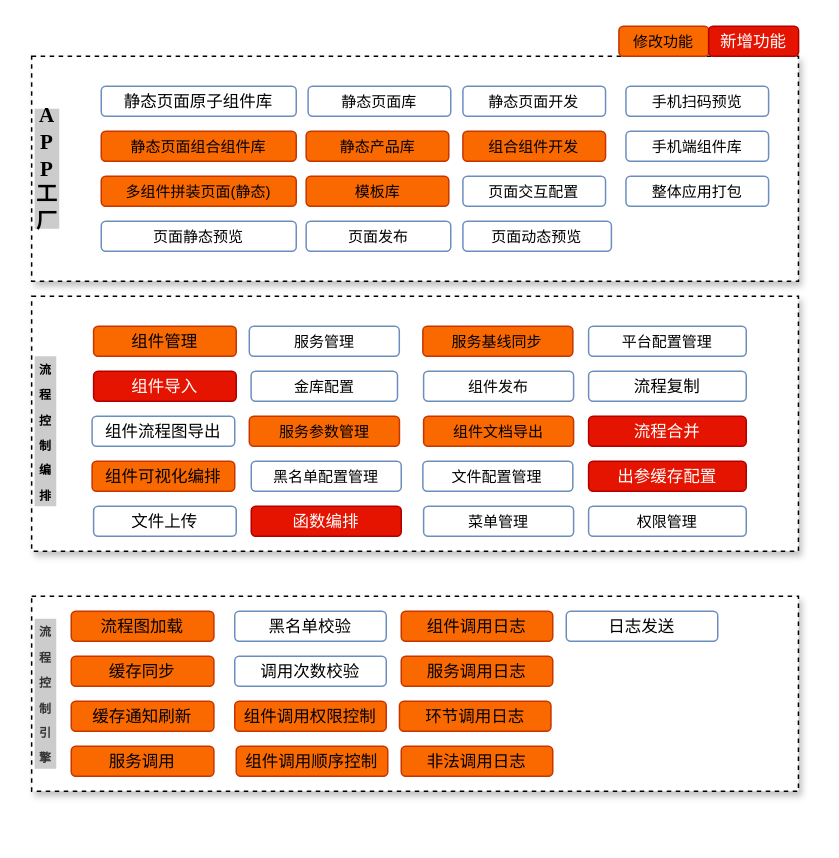
Before: page "功能架构" (10 of 12) of 流控.drawio in qymmdj/draw-io, a draw.io diagram. Source tidied: cells renumbered, new cells numbered last; positions are measured from the earlier drawing's top-left corner, leaving out a move shared by most shapes. Both pictures are drawn from the tidied source at 150%, with x=0, y=0 at pixel (32, 26).
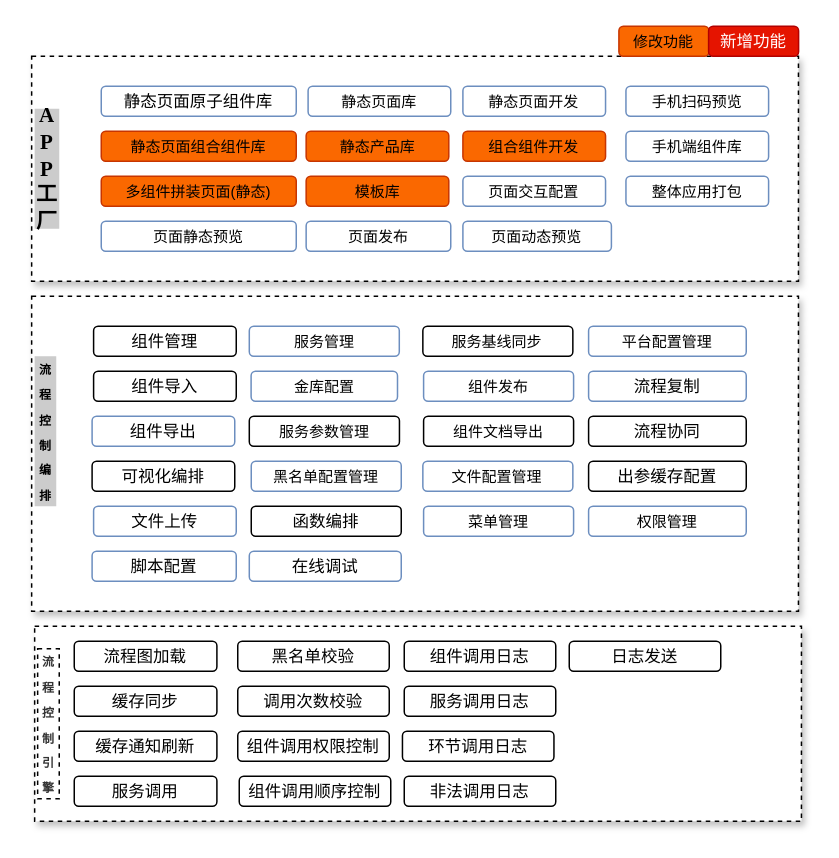
The same diagram, later.

The edit, as a diff of the source:
```diff
@@
     <mxCell id="2" style="rounded=0;whiteSpace=wrap;html=1;fontSize=10;align=left;horizontal=1;verticalAlign=middle;shadow=1;dashed=1;" parent="1" vertex="1">
-      <mxGeometry x="-0.4" y="180" width="511.2" height="170" as="geometry" />
+      <mxGeometry x="-0.4" y="180" width="511.2" height="210" as="geometry" />
     </mxCell>
-    <mxCell id="3" value="&lt;font style=&quot;font-size: 11px&quot;&gt;组件管理&lt;/font&gt;" style="rounded=1;whiteSpace=wrap;html=1;fontSize=10;shadow=0;fillColor=#fa6800;strokeColor=#C73500;fontColor=#000000;" parent="1" vertex="1">
+    <mxCell id="3" value="&lt;font style=&quot;font-size: 11px&quot;&gt;组件管理&lt;/font&gt;" style="rounded=1;whiteSpace=wrap;html=1;fontSize=10;shadow=0;" parent="1" vertex="1">
       <mxGeometry x="40.9" y="200" width="95.1" height="20" as="geometry" />
     </mxCell>
@@
     <mxCell id="6" style="rounded=0;whiteSpace=wrap;html=1;fontSize=10;align=left;horizontal=1;verticalAlign=middle;shadow=1;dashed=1;" parent="1" vertex="1">
-      <mxGeometry x="-0.4" y="380" width="511.2" height="130" as="geometry" />
+      <mxGeometry x="1.6" y="400" width="511.2" height="130" as="geometry" />
     </mxCell>
@@
-    <mxCell id="27" value="服务参数管理" style="rounded=1;whiteSpace=wrap;html=1;fontSize=10;shadow=0;fillColor=#fa6800;strokeColor=#C73500;fontColor=#000000;" parent="1" vertex="1">
+    <mxCell id="27" value="服务参数管理" style="rounded=1;whiteSpace=wrap;html=1;fontSize=10;shadow=0;" parent="1" vertex="1">
       <mxGeometry x="144.7" y="260" width="100.1" height="20" as="geometry" />
     </mxCell>
-    <mxCell id="28" value="&lt;font style=&quot;font-size: 11px&quot;&gt;组件导入&lt;/font&gt;" style="rounded=1;whiteSpace=wrap;html=1;fontSize=10;shadow=0;fillColor=#e51400;strokeColor=#B20000;fontColor=#ffffff;" parent="1" vertex="1">
+    <mxCell id="28" value="&lt;font style=&quot;font-size: 11px&quot;&gt;组件导入&lt;/font&gt;" style="rounded=1;whiteSpace=wrap;html=1;fontSize=10;shadow=0;" parent="1" vertex="1">
       <mxGeometry x="40.9" y="230" width="95.1" height="20" as="geometry" />
     </mxCell>
-    <mxCell id="29" value="&lt;font style=&quot;font-size: 11px&quot;&gt;组件流程图导出&lt;/font&gt;" style="rounded=1;whiteSpace=wrap;html=1;fontSize=10;shadow=0;fillColor=none;strokeColor=#6c8ebf;" parent="1" vertex="1">
+    <mxCell id="29" value="&lt;font style=&quot;font-size: 11px&quot;&gt;组件导出&lt;/font&gt;" style="rounded=1;whiteSpace=wrap;html=1;fontSize=10;shadow=0;fillColor=none;strokeColor=#6c8ebf;" parent="1" vertex="1">
       <mxGeometry x="39.9" y="260" width="95.1" height="20" as="geometry" />
     </mxCell>
-    <mxCell id="30" value="&lt;font style=&quot;font-size: 11px&quot;&gt;组件可视化编排&lt;/font&gt;" style="rounded=1;whiteSpace=wrap;html=1;fontSize=10;shadow=0;fillColor=#fa6800;strokeColor=#C73500;fontColor=#000000;" parent="1" vertex="1">
+    <mxCell id="30" value="&lt;font style=&quot;font-size: 11px&quot;&gt;可视化编排&lt;/font&gt;" style="rounded=1;whiteSpace=wrap;html=1;fontSize=10;shadow=0;" parent="1" vertex="1">
       <mxGeometry x="39.9" y="290" width="95.1" height="20" as="geometry" />
     </mxCell>
@@
-    <mxCell id="32" value="&lt;font style=&quot;font-size: 11px&quot;&gt;流程合并&lt;/font&gt;" style="rounded=1;whiteSpace=wrap;html=1;fontSize=10;shadow=0;fillColor=#e51400;strokeColor=#B20000;fontColor=#ffffff;" parent="1" vertex="1">
+    <mxCell id="32" value="&lt;font style=&quot;font-size: 11px&quot;&gt;流程协同&lt;/font&gt;" style="rounded=1;whiteSpace=wrap;html=1;fontSize=10;shadow=0;" parent="1" vertex="1">
       <mxGeometry x="370.9" y="260" width="105.1" height="20" as="geometry" />
     </mxCell>
@@
-    <mxCell id="34" value="服务基线同步" style="rounded=1;whiteSpace=wrap;html=1;fontSize=10;shadow=0;fillColor=#fa6800;strokeColor=#C73500;fontColor=#000000;" parent="1" vertex="1">
+    <mxCell id="34" value="服务基线同步" style="rounded=1;whiteSpace=wrap;html=1;fontSize=10;shadow=0;" parent="1" vertex="1">
       <mxGeometry x="260.4" y="200" width="100" height="20" as="geometry" />
     </mxCell>
@@
-    <mxCell id="36" value="组件文档导出" style="rounded=1;whiteSpace=wrap;html=1;fontSize=10;shadow=0;fillColor=#fa6800;strokeColor=#C73500;fontColor=#000000;" parent="1" vertex="1">
+    <mxCell id="36" value="组件文档导出" style="rounded=1;whiteSpace=wrap;html=1;fontSize=10;shadow=0;" parent="1" vertex="1">
       <mxGeometry x="260.9" y="260" width="100" height="20" as="geometry" />
     </mxCell>
-    <mxCell id="37" value="&lt;font style=&quot;font-size: 11px&quot;&gt;出参缓存配置&lt;/font&gt;" style="rounded=1;whiteSpace=wrap;html=1;fontSize=10;shadow=0;fillColor=#e51400;strokeColor=#B20000;fontColor=#ffffff;" parent="1" vertex="1">
+    <mxCell id="37" value="&lt;font style=&quot;font-size: 11px&quot;&gt;出参缓存配置&lt;/font&gt;" style="rounded=1;whiteSpace=wrap;html=1;fontSize=10;shadow=0;" parent="1" vertex="1">
       <mxGeometry x="370.9" y="290" width="105.1" height="20" as="geometry" />
     </mxCell>
@@
-    <mxCell id="39" value="&lt;font style=&quot;font-size: 11px&quot;&gt;函数编排&lt;/font&gt;" style="rounded=1;whiteSpace=wrap;html=1;fontSize=10;shadow=0;fillColor=#e51400;strokeColor=#B20000;fontColor=#ffffff;" parent="1" vertex="1">
+    <mxCell id="39" value="&lt;font style=&quot;font-size: 11px&quot;&gt;函数编排&lt;/font&gt;" style="rounded=1;whiteSpace=wrap;html=1;fontSize=10;shadow=0;" parent="1" vertex="1">
       <mxGeometry x="146" y="320" width="100" height="20" as="geometry" />
     </mxCell>
@@
-    <mxCell id="42" value="&lt;span style=&quot;text-align: left ; color: rgb(51 , 51 , 51) ; font-family: &amp;quot;times new roman&amp;quot; ; font-size: 8px&quot;&gt;流&lt;/span&gt;&lt;br style=&quot;text-align: left ; color: rgb(51 , 51 , 51) ; font-family: &amp;quot;times new roman&amp;quot; ; font-size: 8px&quot;&gt;&lt;span style=&quot;text-align: left ; color: rgb(51 , 51 , 51) ; font-family: &amp;quot;times new roman&amp;quot; ; font-size: 8px&quot;&gt;程&lt;/span&gt;&lt;br style=&quot;text-align: left ; color: rgb(51 , 51 , 51) ; font-family: &amp;quot;times new roman&amp;quot; ; font-size: 8px&quot;&gt;&lt;span style=&quot;text-align: left ; color: rgb(51 , 51 , 51) ; font-family: &amp;quot;times new roman&amp;quot; ; font-size: 8px&quot;&gt;控&lt;/span&gt;&lt;br style=&quot;text-align: left ; color: rgb(51 , 51 , 51) ; font-family: &amp;quot;times new roman&amp;quot; ; font-size: 8px&quot;&gt;&lt;span style=&quot;text-align: left ; color: rgb(51 , 51 , 51) ; font-family: &amp;quot;times new roman&amp;quot; ; font-size: 8px&quot;&gt;制&lt;/span&gt;&lt;br style=&quot;text-align: left ; color: rgb(51 , 51 , 51) ; font-family: &amp;quot;times new roman&amp;quot; ; font-size: 8px&quot;&gt;&lt;span style=&quot;text-align: left ; color: rgb(51 , 51 , 51) ; font-family: &amp;quot;times new roman&amp;quot; ; font-size: 8px&quot;&gt;引&lt;/span&gt;&lt;br style=&quot;text-align: left ; color: rgb(51 , 51 , 51) ; font-family: &amp;quot;times new roman&amp;quot; ; font-size: 8px&quot;&gt;&lt;span style=&quot;text-align: left ; color: rgb(51 , 51 , 51) ; font-family: &amp;quot;times new roman&amp;quot; ; font-size: 8px&quot;&gt;擎&lt;/span&gt;" style="rounded=0;whiteSpace=wrap;html=1;shadow=0;glass=0;dashed=1;sketch=0;fontFamily=Times New Roman;fontSize=14;strokeColor=none;fillColor=#CCCCCC;gradientColor=none;fontStyle=1;" parent="1" vertex="1">
-      <mxGeometry x="1.6" y="395" width="14.4" height="100" as="geometry" />
+    <mxCell id="42" value="&lt;span style=&quot;text-align: left ; color: rgb(51 , 51 , 51) ; font-family: &amp;quot;times new roman&amp;quot; ; font-size: 8px&quot;&gt;流&lt;/span&gt;&lt;br style=&quot;text-align: left ; color: rgb(51 , 51 , 51) ; font-family: &amp;quot;times new roman&amp;quot; ; font-size: 8px&quot;&gt;&lt;span style=&quot;text-align: left ; color: rgb(51 , 51 , 51) ; font-family: &amp;quot;times new roman&amp;quot; ; font-size: 8px&quot;&gt;程&lt;/span&gt;&lt;br style=&quot;text-align: left ; color: rgb(51 , 51 , 51) ; font-family: &amp;quot;times new roman&amp;quot; ; font-size: 8px&quot;&gt;&lt;span style=&quot;text-align: left ; color: rgb(51 , 51 , 51) ; font-family: &amp;quot;times new roman&amp;quot; ; font-size: 8px&quot;&gt;控&lt;/span&gt;&lt;br style=&quot;text-align: left ; color: rgb(51 , 51 , 51) ; font-family: &amp;quot;times new roman&amp;quot; ; font-size: 8px&quot;&gt;&lt;span style=&quot;text-align: left ; color: rgb(51 , 51 , 51) ; font-family: &amp;quot;times new roman&amp;quot; ; font-size: 8px&quot;&gt;制&lt;/span&gt;&lt;br style=&quot;text-align: left ; color: rgb(51 , 51 , 51) ; font-family: &amp;quot;times new roman&amp;quot; ; font-size: 8px&quot;&gt;&lt;span style=&quot;text-align: left ; color: rgb(51 , 51 , 51) ; font-family: &amp;quot;times new roman&amp;quot; ; font-size: 8px&quot;&gt;引&lt;/span&gt;&lt;br style=&quot;text-align: left ; color: rgb(51 , 51 , 51) ; font-family: &amp;quot;times new roman&amp;quot; ; font-size: 8px&quot;&gt;&lt;span style=&quot;text-align: left ; color: rgb(51 , 51 , 51) ; font-family: &amp;quot;times new roman&amp;quot; ; font-size: 8px&quot;&gt;擎&lt;/span&gt;" style="rounded=0;whiteSpace=wrap;html=1;shadow=0;glass=0;dashed=1;sketch=0;fontFamily=Times New Roman;fontSize=14;fontStyle=1;" parent="1" vertex="1">
+      <mxGeometry x="3.6" y="415" width="14.4" height="100" as="geometry" />
     </mxCell>
-    <mxCell id="43" value="&lt;font style=&quot;font-size: 11px&quot;&gt;流程图加载&lt;/font&gt;" style="rounded=1;whiteSpace=wrap;html=1;fontSize=10;shadow=0;fillColor=#fa6800;strokeColor=#C73500;fontColor=#000000;" parent="1" vertex="1">
-      <mxGeometry x="26" y="390" width="95.1" height="20" as="geometry" />
+    <mxCell id="43" value="&lt;font style=&quot;font-size: 11px&quot;&gt;流程图加载&lt;/font&gt;" style="rounded=1;whiteSpace=wrap;html=1;fontSize=10;shadow=0;" parent="1" vertex="1">
+      <mxGeometry x="28" y="410" width="95.1" height="20" as="geometry" />
     </mxCell>
-    <mxCell id="44" value="&lt;span style=&quot;font-size: 11px&quot;&gt;缓存同步&lt;/span&gt;" style="rounded=1;whiteSpace=wrap;html=1;fontSize=10;shadow=0;fillColor=#fa6800;strokeColor=#C73500;fontColor=#000000;" parent="1" vertex="1">
-      <mxGeometry x="26" y="420" width="95.1" height="20" as="geometry" />
+    <mxCell id="44" value="&lt;span style=&quot;font-size: 11px&quot;&gt;缓存同步&lt;/span&gt;" style="rounded=1;whiteSpace=wrap;html=1;fontSize=10;shadow=0;" parent="1" vertex="1">
+      <mxGeometry x="28" y="440" width="95.1" height="20" as="geometry" />
     </mxCell>
-    <mxCell id="45" value="&lt;span style=&quot;font-size: 11px&quot;&gt;缓存通知刷新&lt;/span&gt;" style="rounded=1;whiteSpace=wrap;html=1;fontSize=10;shadow=0;fillColor=#fa6800;strokeColor=#C73500;fontColor=#000000;" parent="1" vertex="1">
-      <mxGeometry x="26" y="450" width="95.1" height="20" as="geometry" />
+    <mxCell id="45" value="&lt;span style=&quot;font-size: 11px&quot;&gt;缓存通知刷新&lt;/span&gt;" style="rounded=1;whiteSpace=wrap;html=1;fontSize=10;shadow=0;" parent="1" vertex="1">
+      <mxGeometry x="28" y="470" width="95.1" height="20" as="geometry" />
     </mxCell>
-    <mxCell id="46" value="&lt;span style=&quot;font-size: 11px&quot;&gt;服务调用&lt;/span&gt;" style="rounded=1;whiteSpace=wrap;html=1;fontSize=10;shadow=0;fillColor=#fa6800;strokeColor=#C73500;fontColor=#000000;" parent="1" vertex="1">
-      <mxGeometry x="26" y="480" width="95.1" height="20" as="geometry" />
+    <mxCell id="46" value="&lt;span style=&quot;font-size: 11px&quot;&gt;服务调用&lt;/span&gt;" style="rounded=1;whiteSpace=wrap;html=1;fontSize=10;shadow=0;" parent="1" vertex="1">
+      <mxGeometry x="28" y="500" width="95.1" height="20" as="geometry" />
     </mxCell>
-    <mxCell id="47" value="&lt;span style=&quot;font-size: 11px&quot;&gt;黑名单校验&lt;/span&gt;" style="rounded=1;whiteSpace=wrap;html=1;fontSize=10;shadow=0;fillColor=none;strokeColor=#6c8ebf;" parent="1" vertex="1">
-      <mxGeometry x="135" y="390" width="101" height="20" as="geometry" />
+    <mxCell id="47" value="&lt;span style=&quot;font-size: 11px&quot;&gt;黑名单校验&lt;/span&gt;" style="rounded=1;whiteSpace=wrap;html=1;fontSize=10;shadow=0;" parent="1" vertex="1">
+      <mxGeometry x="137" y="410" width="101" height="20" as="geometry" />
     </mxCell>
-    <mxCell id="48" value="&lt;span style=&quot;font-size: 11px&quot;&gt;组件调用权限控制&lt;/span&gt;" style="rounded=1;whiteSpace=wrap;html=1;fontSize=10;shadow=0;fillColor=#fa6800;strokeColor=#C73500;fontColor=#000000;" parent="1" vertex="1">
-      <mxGeometry x="135" y="450" width="101" height="20" as="geometry" />
+    <mxCell id="48" value="&lt;span style=&quot;font-size: 11px&quot;&gt;组件调用权限控制&lt;/span&gt;" style="rounded=1;whiteSpace=wrap;html=1;fontSize=10;shadow=0;" parent="1" vertex="1">
+      <mxGeometry x="137" y="470" width="101" height="20" as="geometry" />
     </mxCell>
-    <mxCell id="49" value="&lt;span style=&quot;font-size: 11px&quot;&gt;调用次数校验&lt;/span&gt;" style="rounded=1;whiteSpace=wrap;html=1;fontSize=10;shadow=0;fillColor=none;strokeColor=#6c8ebf;" parent="1" vertex="1">
-      <mxGeometry x="135" y="420" width="101" height="20" as="geometry" />
+    <mxCell id="49" value="&lt;span style=&quot;font-size: 11px&quot;&gt;调用次数校验&lt;/span&gt;" style="rounded=1;whiteSpace=wrap;html=1;fontSize=10;shadow=0;" parent="1" vertex="1">
+      <mxGeometry x="137" y="440" width="101" height="20" as="geometry" />
     </mxCell>
-    <mxCell id="50" value="&lt;span style=&quot;font-size: 11px&quot;&gt;组件调用顺序控制&lt;/span&gt;" style="rounded=1;whiteSpace=wrap;html=1;fontSize=10;shadow=0;fillColor=#fa6800;strokeColor=#C73500;fontColor=#000000;" parent="1" vertex="1">
-      <mxGeometry x="136" y="480" width="101" height="20" as="geometry" />
+    <mxCell id="50" value="&lt;span style=&quot;font-size: 11px&quot;&gt;组件调用顺序控制&lt;/span&gt;" style="rounded=1;whiteSpace=wrap;html=1;fontSize=10;shadow=0;" parent="1" vertex="1">
+      <mxGeometry x="138" y="500" width="101" height="20" as="geometry" />
     </mxCell>
-    <mxCell id="51" value="&lt;span style=&quot;font-size: 11px&quot;&gt;组件调用日志&lt;/span&gt;" style="rounded=1;whiteSpace=wrap;html=1;fontSize=10;shadow=0;fillColor=#fa6800;strokeColor=#C73500;fontColor=#000000;" parent="1" vertex="1">
-      <mxGeometry x="246" y="390" width="101" height="20" as="geometry" />
+    <mxCell id="51" value="&lt;span style=&quot;font-size: 11px&quot;&gt;组件调用日志&lt;/span&gt;" style="rounded=1;whiteSpace=wrap;html=1;fontSize=10;shadow=0;" parent="1" vertex="1">
+      <mxGeometry x="248" y="410" width="101" height="20" as="geometry" />
     </mxCell>
-    <mxCell id="52" value="&lt;span style=&quot;font-size: 11px&quot;&gt;服务调用日志&lt;/span&gt;" style="rounded=1;whiteSpace=wrap;html=1;fontSize=10;shadow=0;fillColor=#fa6800;strokeColor=#C73500;fontColor=#000000;" parent="1" vertex="1">
-      <mxGeometry x="246" y="420" width="101" height="20" as="geometry" />
+    <mxCell id="52" value="&lt;span style=&quot;font-size: 11px&quot;&gt;服务调用日志&lt;/span&gt;" style="rounded=1;whiteSpace=wrap;html=1;fontSize=10;shadow=0;" parent="1" vertex="1">
+      <mxGeometry x="248" y="440" width="101" height="20" as="geometry" />
     </mxCell>
-    <mxCell id="53" value="&lt;span style=&quot;font-size: 11px&quot;&gt;环节调用日志&lt;/span&gt;" style="rounded=1;whiteSpace=wrap;html=1;fontSize=10;shadow=0;fillColor=#fa6800;strokeColor=#C73500;fontColor=#000000;" parent="1" vertex="1">
-      <mxGeometry x="244.8" y="450" width="101" height="20" as="geometry" />
+    <mxCell id="53" value="&lt;span style=&quot;font-size: 11px&quot;&gt;环节调用日志&lt;/span&gt;" style="rounded=1;whiteSpace=wrap;html=1;fontSize=10;shadow=0;" parent="1" vertex="1">
+      <mxGeometry x="246.8" y="470" width="101" height="20" as="geometry" />
     </mxCell>
-    <mxCell id="54" value="&lt;span style=&quot;font-size: 11px&quot;&gt;日志发送&lt;/span&gt;" style="rounded=1;whiteSpace=wrap;html=1;fontSize=10;shadow=0;fillColor=none;strokeColor=#6c8ebf;" parent="1" vertex="1">
-      <mxGeometry x="356" y="390" width="101" height="20" as="geometry" />
+    <mxCell id="54" value="&lt;span style=&quot;font-size: 11px&quot;&gt;日志发送&lt;/span&gt;" style="rounded=1;whiteSpace=wrap;html=1;fontSize=10;shadow=0;" parent="1" vertex="1">
+      <mxGeometry x="358" y="410" width="101" height="20" as="geometry" />
     </mxCell>
-    <mxCell id="55" value="&lt;span style=&quot;font-size: 11px&quot;&gt;非法调用日志&lt;/span&gt;" style="rounded=1;whiteSpace=wrap;html=1;fontSize=10;shadow=0;fillColor=#fa6800;strokeColor=#C73500;fontColor=#000000;" parent="1" vertex="1">
-      <mxGeometry x="246" y="480" width="101" height="20" as="geometry" />
+    <mxCell id="55" value="&lt;span style=&quot;font-size: 11px&quot;&gt;非法调用日志&lt;/span&gt;" style="rounded=1;whiteSpace=wrap;html=1;fontSize=10;shadow=0;" parent="1" vertex="1">
+      <mxGeometry x="248" y="500" width="101" height="20" as="geometry" />
     </mxCell>
@@
+    <mxCell id="58" value="&lt;font style=&quot;font-size: 11px&quot;&gt;脚本配置&lt;/font&gt;" style="rounded=1;whiteSpace=wrap;html=1;fontSize=10;shadow=0;fillColor=none;strokeColor=#6c8ebf;" parent="1" vertex="1">
+      <mxGeometry x="39.9" y="350" width="96.1" height="20" as="geometry" />
+    </mxCell>
+    <mxCell id="59" value="&lt;font style=&quot;font-size: 11px&quot;&gt;在线调试&lt;/font&gt;" style="rounded=1;whiteSpace=wrap;html=1;fontSize=10;shadow=0;fillColor=none;strokeColor=#6c8ebf;" parent="1" vertex="1">
+      <mxGeometry x="144.7" y="350" width="101.3" height="20" as="geometry" />
+    </mxCell>
```
